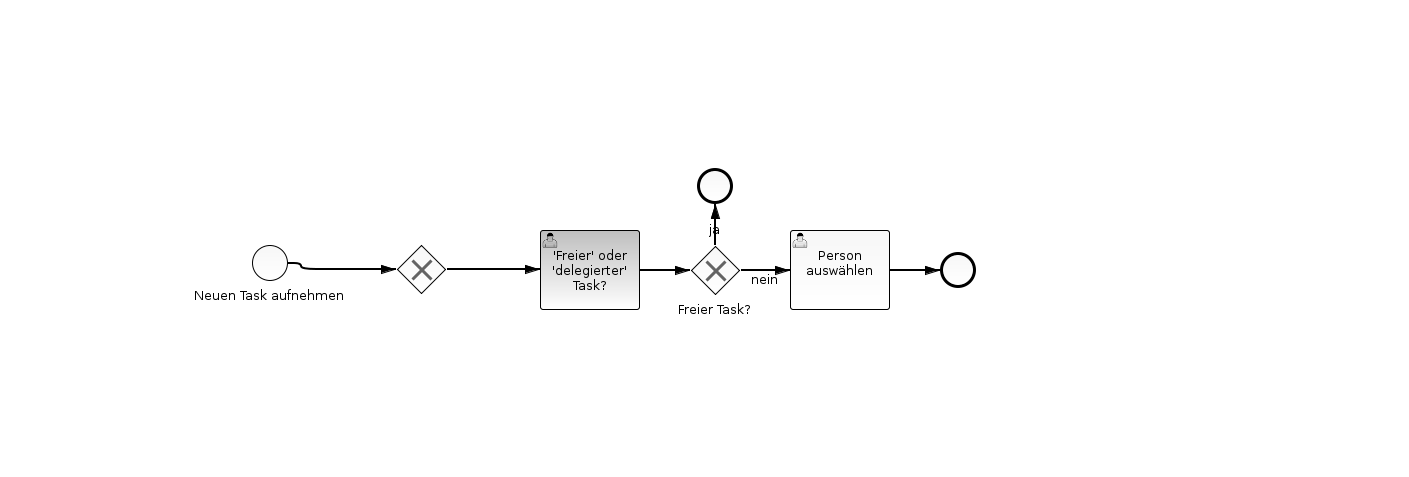
Before: src/main/resources/collTaskProcess.png, a diagram exported from BPMN (sdmueller/winf-colltask). Its source is kept beside it as src/main/resources/collTaskProcess.bpmn. Ids are renumbered.
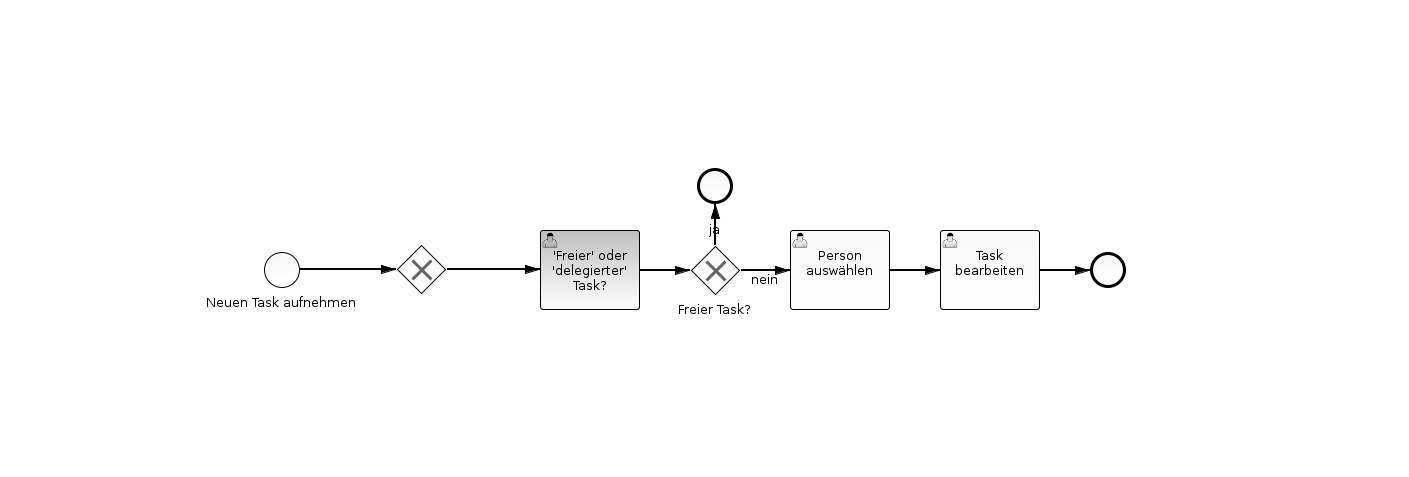
Above is the later version.

Diff of the diagram source:
```diff
@@ -10,7 +10,7 @@
       <bpmn2:outgoing>SequenceFlow_2</bpmn2:outgoing>
     </bpmn2:exclusiveGateway>
     <bpmn2:sequenceFlow id="SequenceFlow_2" name="" sourceRef="ExclusiveGateway_1" targetRef="chooseFreeOrDelegated"/>
-    <bpmn2:userTask id="chooseFreeOrDelegated" name="'Freier' oder 'delegierter' Task?">
+    <bpmn2:userTask id="chooseFreeOrDelegated" camunda:candidateGroups="lead" name="'Freier' oder 'delegierter' Task?">
       <bpmn2:extensionElements>
         <camunda:formData>
           <camunda:formField id="taskName" label="Taskname" type="string">
@@ -18,11 +18,7 @@
               <camunda:constraint name="readonly"/>
             </camunda:validation>
           </camunda:formField>
-          <camunda:formField id="isFreeTask" label="Ist dies ein freier Task?" type="boolean">
-            <camunda:validation>
-              <camunda:constraint name="required"/>
-            </camunda:validation>
-          </camunda:formField>
+          <camunda:formField id="isFreeTask" label="Ist dies ein freier Task?" type="boolean"/>
         </camunda:formData>
       </bpmn2:extensionElements>
       <bpmn2:incoming>SequenceFlow_2</bpmn2:incoming>
@@ -35,7 +31,7 @@
     <bpmn2:endEvent id="EndEvent_1">
       <bpmn2:incoming>SequenceFlow_4</bpmn2:incoming>
     </bpmn2:endEvent>
-    <bpmn2:userTask id="choosePerson" name="Person auswählen">
+    <bpmn2:userTask id="choosePerson" camunda:candidateGroups="lead" name="Person auswählen">
       <bpmn2:extensionElements>
         <camunda:formData>
           <camunda:formField id="taskName" label="Taskname" type="string">
@@ -45,20 +41,17 @@
           </camunda:formField>
           <camunda:formField id="choosePersonFromList" label="Task folgender Person zuweisen:" type="enum">
             <camunda:value id="requestor" name="Ersteller"/>
-            <camunda:value id="test" name="testUser"/>
+            <camunda:value id="mary" name="Mary Anne"/>
+            <camunda:value id="peter" name="Peter Meter"/>
           </camunda:formField>
         </camunda:formData>
       </bpmn2:extensionElements>
       <bpmn2:incoming>SequenceFlow_5</bpmn2:incoming>
-      <bpmn2:outgoing>SequenceFlow_6</bpmn2:outgoing>
+      <bpmn2:outgoing>SequenceFlow_7</bpmn2:outgoing>
     </bpmn2:userTask>
     <bpmn2:sequenceFlow id="SequenceFlow_5" name="nein" sourceRef="ExclusiveGateway_2" targetRef="choosePerson">
       <bpmn2:conditionExpression xsi:type="bpmn2:tFormalExpression">${not isFreeTask}</bpmn2:conditionExpression>
     </bpmn2:sequenceFlow>
-    <bpmn2:endEvent id="EndEvent_2">
-      <bpmn2:incoming>SequenceFlow_6</bpmn2:incoming>
-    </bpmn2:endEvent>
-    <bpmn2:sequenceFlow id="SequenceFlow_6" name="" sourceRef="choosePerson" targetRef="EndEvent_2"/>
     <bpmn2:startEvent id="addNewTask" camunda:initiator="requestor" name="Neuen Task aufnehmen">
       <bpmn2:extensionElements>
         <camunda:formData>
@@ -79,13 +72,40 @@
       <bpmn2:outgoing>SequenceFlow_1</bpmn2:outgoing>
     </bpmn2:startEvent>
     <bpmn2:sequenceFlow id="SequenceFlow_1" name="" sourceRef="addNewTask" targetRef="ExclusiveGateway_1"/>
+    <bpmn2:userTask id="workOnTask" name="Task bearbeiten">
+      <bpmn2:extensionElements>
+        <camunda:formData>
+          <camunda:formField id="taskname" label="Taskname" type="string">
+            <camunda:validation>
+              <camunda:constraint name="readonly"/>
+            </camunda:validation>
+          </camunda:formField>
+          <camunda:formField id="comment" label="Kommentar" type="string"/>
+          <camunda:formField id="isFinished" label="Task erledigt?" type="boolean">
+            <camunda:validation>
+              <camunda:constraint name="required"/>
+            </camunda:validation>
+          </camunda:formField>
+        </camunda:formData>
+        <camunda:taskListener event="create">
+          <camunda:script scriptFormat="javascript">task.setAssignee(task.getVariable('choosePersonFromList'));</camunda:script>
+        </camunda:taskListener>
+      </bpmn2:extensionElements>
+      <bpmn2:incoming>SequenceFlow_7</bpmn2:incoming>
+      <bpmn2:outgoing>SequenceFlow_8</bpmn2:outgoing>
+    </bpmn2:userTask>
+    <bpmn2:sequenceFlow id="SequenceFlow_7" name="" sourceRef="choosePerson" targetRef="workOnTask"/>
+    <bpmn2:endEvent id="EndEvent_3">
+      <bpmn2:incoming>SequenceFlow_8</bpmn2:incoming>
+    </bpmn2:endEvent>
+    <bpmn2:sequenceFlow id="SequenceFlow_8" name="" sourceRef="workOnTask" targetRef="EndEvent_3"/>
   </bpmn2:process>
   <bpmndi:BPMNDiagram id="BPMNDiagram_1">
     <bpmndi:BPMNPlane id="BPMNPlane_1" bpmnElement="collTaskProcess">
       <bpmndi:BPMNShape id="_BPMNShape_StartEvent_6" bpmnElement="addNewTask">
-        <dc:Bounds height="36.0" width="36.0" x="252.0" y="245.0"/>
+        <dc:Bounds height="36.0" width="36.0" x="264.0" y="252.0"/>
         <bpmndi:BPMNLabel>
-          <dc:Bounds height="21.0" width="156.0" x="192.0" y="286.0"/>
+          <dc:Bounds height="21.0" width="156.0" x="204.0" y="293.0"/>
         </bpmndi:BPMNLabel>
       </bpmndi:BPMNShape>
       <bpmndi:BPMNShape id="_BPMNShape_ExclusiveGateway_5" bpmnElement="ExclusiveGateway_1" isMarkerVisible="true">
@@ -95,12 +115,10 @@
         </bpmndi:BPMNLabel>
       </bpmndi:BPMNShape>
       <bpmndi:BPMNEdge id="BPMNEdge_SequenceFlow_1" bpmnElement="SequenceFlow_1" sourceElement="_BPMNShape_StartEvent_6" targetElement="_BPMNShape_ExclusiveGateway_5">
-        <di:waypoint xsi:type="dc:Point" x="288.0" y="263.0"/>
-        <di:waypoint xsi:type="dc:Point" x="301.0" y="263.0"/>
-        <di:waypoint xsi:type="dc:Point" x="301.0" y="269.0"/>
+        <di:waypoint xsi:type="dc:Point" x="300.0" y="270.0"/>
         <di:waypoint xsi:type="dc:Point" x="396.0" y="269.0"/>
         <bpmndi:BPMNLabel>
-          <dc:Bounds height="6.0" width="6.0" x="340.0" y="269.0"/>
+          <dc:Bounds height="6.0" width="6.0" x="358.0" y="269.0"/>
         </bpmndi:BPMNLabel>
       </bpmndi:BPMNEdge>
       <bpmndi:BPMNShape id="_BPMNShape_UserTask_2" bpmnElement="chooseFreeOrDelegated">
@@ -146,12 +164,19 @@
         <di:waypoint xsi:type="dc:Point" x="740.0" y="270.0"/>
         <di:waypoint xsi:type="dc:Point" x="790.0" y="270.0"/>
       </bpmndi:BPMNEdge>
-      <bpmndi:BPMNShape id="_BPMNShape_EndEvent_8" bpmnElement="EndEvent_2">
-        <dc:Bounds height="36.0" width="36.0" x="940.0" y="252.0"/>
+      <bpmndi:BPMNShape id="_BPMNShape_UserTask_4" bpmnElement="workOnTask">
+        <dc:Bounds height="80.0" width="100.0" x="940.0" y="230.0"/>
       </bpmndi:BPMNShape>
-      <bpmndi:BPMNEdge id="BPMNEdge_SequenceFlow_6" bpmnElement="SequenceFlow_6" sourceElement="_BPMNShape_UserTask_3" targetElement="_BPMNShape_EndEvent_8">
+      <bpmndi:BPMNEdge id="BPMNEdge_SequenceFlow_7" bpmnElement="SequenceFlow_7" sourceElement="_BPMNShape_UserTask_3" targetElement="_BPMNShape_UserTask_4">
         <di:waypoint xsi:type="dc:Point" x="890.0" y="270.0"/>
         <di:waypoint xsi:type="dc:Point" x="940.0" y="270.0"/>
+      </bpmndi:BPMNEdge>
+      <bpmndi:BPMNShape id="_BPMNShape_EndEvent_9" bpmnElement="EndEvent_3">
+        <dc:Bounds height="36.0" width="36.0" x="1090.0" y="252.0"/>
+      </bpmndi:BPMNShape>
+      <bpmndi:BPMNEdge id="BPMNEdge_SequenceFlow_8" bpmnElement="SequenceFlow_8" sourceElement="_BPMNShape_UserTask_4" targetElement="_BPMNShape_EndEvent_9">
+        <di:waypoint xsi:type="dc:Point" x="1040.0" y="270.0"/>
+        <di:waypoint xsi:type="dc:Point" x="1090.0" y="270.0"/>
       </bpmndi:BPMNEdge>
     </bpmndi:BPMNPlane>
   </bpmndi:BPMNDiagram>
```
